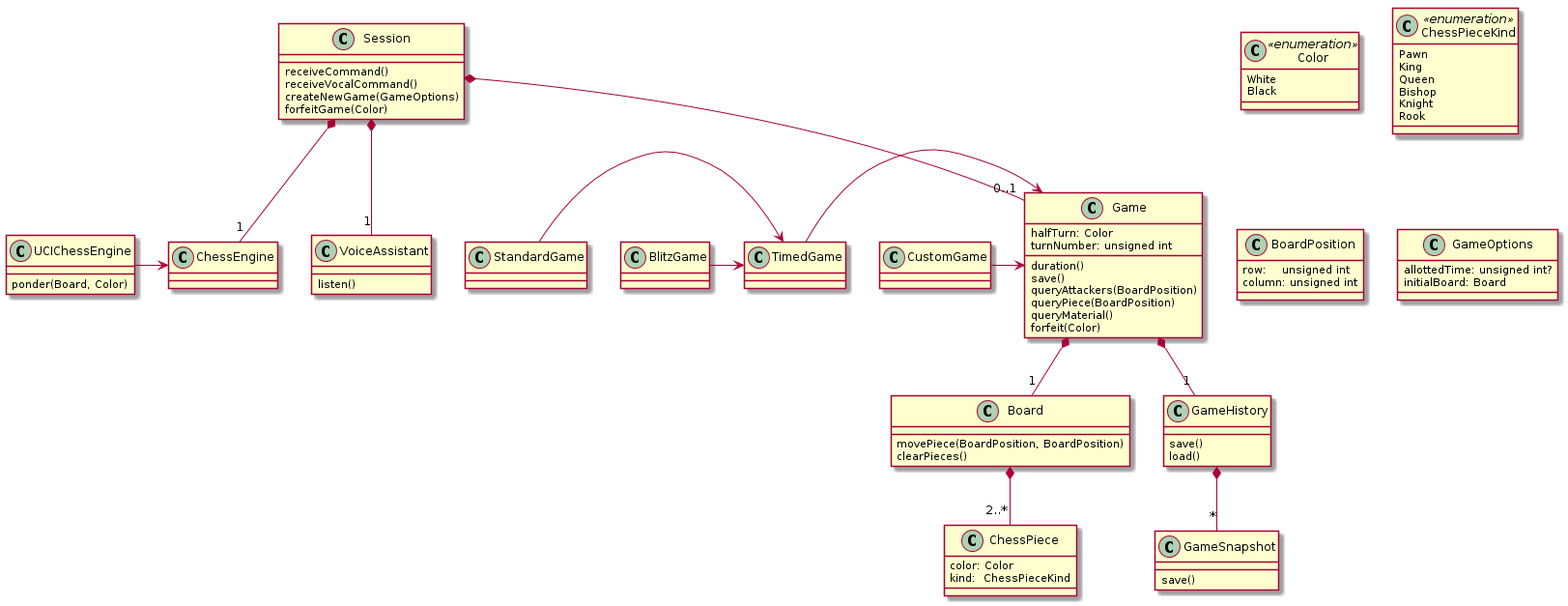
tvanslyke/accessible-chess-class-diagram keeps this PlantUML diagram as class-diagram.png. Above is the earlier version.
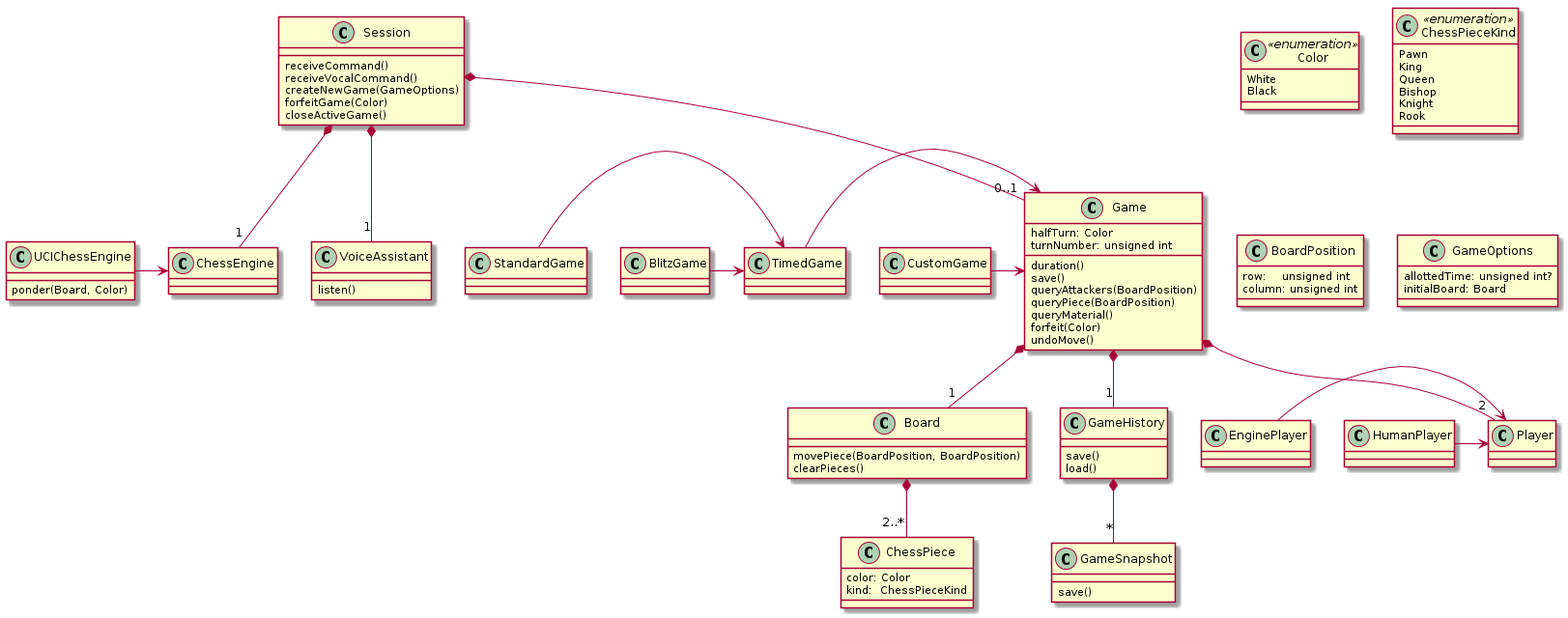
Later version of the same file.

Commit message:
new classes/methods/fields

Diff of the diagram source:
```diff
@@ -14,7 +14,6 @@
 	White
 	Black
 }
-
 
 class ChessPieceKind <<enumeration>> {
 	Pawn
@@ -52,6 +51,7 @@
 	queryPiece(BoardPosition)
 	queryMaterial()
 	forfeit(Color)
+	undoMove()
 }
 
 class GameSnapshot {
@@ -88,7 +88,16 @@
 	receiveVocalCommand()
 	createNewGame(GameOptions)
 	forfeitGame(Color)
+	closeActiveGame()
 }
 
+class Player {
+
+}
+
+class EnginePlayer -> Player
+class HumanPlayer -> Player
+
+Game *-- "2" Player
 
 @enduml
```
